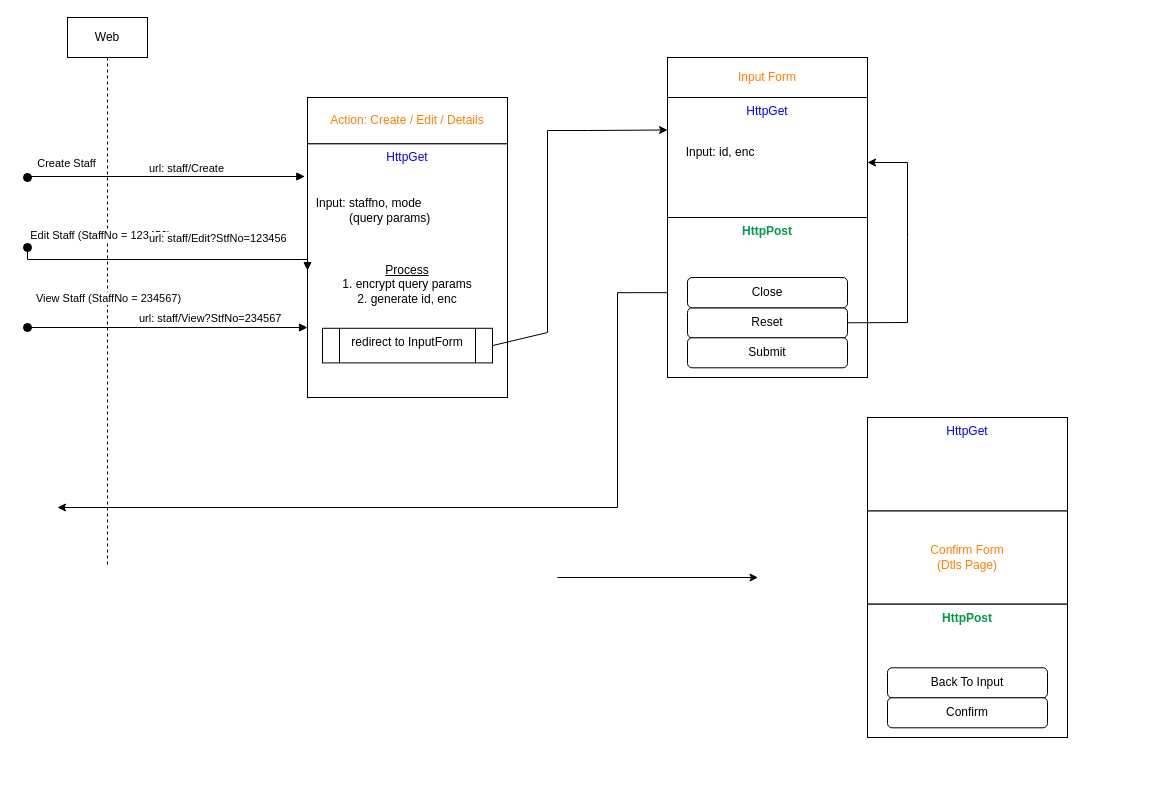
Before: page "Page-2" (2 of 2) of StaffForm_workflow.drawio in mujianlo/hrpt_drawio, a draw.io diagram. Source tidied: cells renumbered, new cells numbered last; positions are measured from the earlier drawing's top-left corner, leaving out a move shared by most shapes. Both pictures are drawn from the tidied source at 100%, with x=0, y=0 at pixel (27, 17).
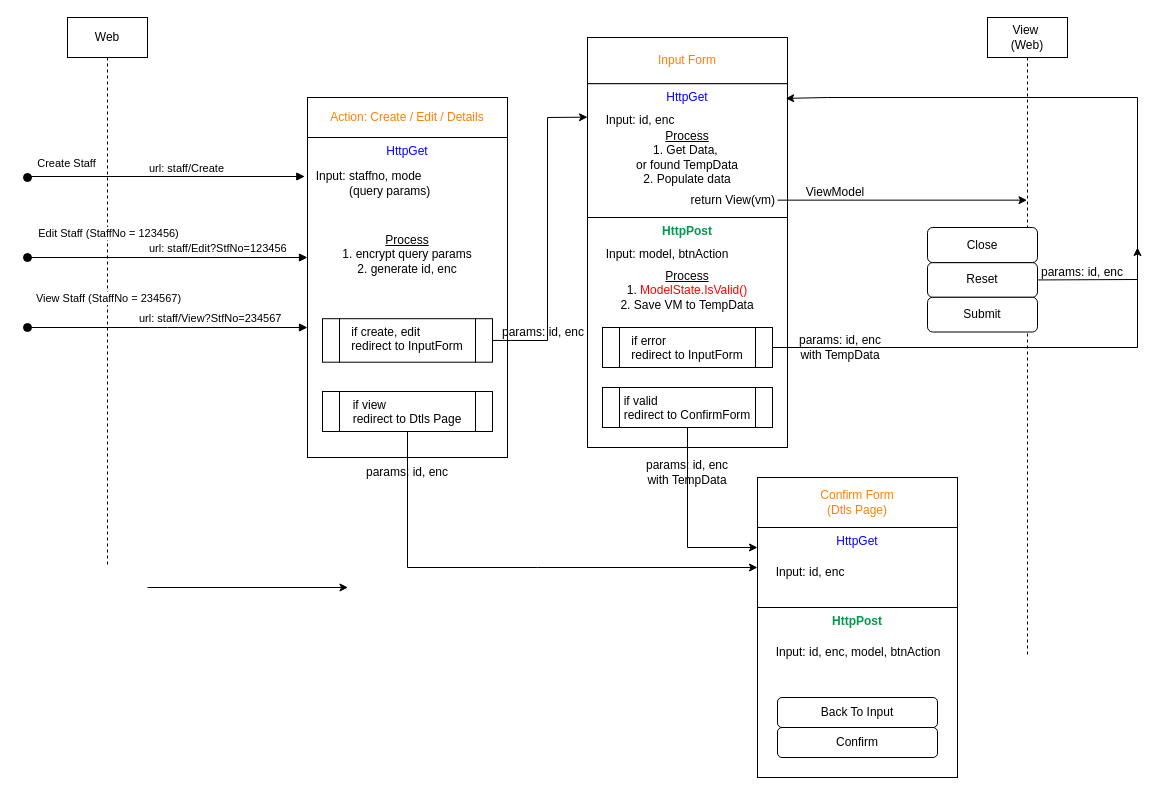
The same diagram, later.

What changed in the source:
```diff
@@
-    <mxCell id="3" style="group;" parent="1" vertex="1">
-      <mxGeometry x="840" y="400" width="200" height="320" as="geometry" />
-    </mxCell>
+    <mxCell id="15" style="html=1;verticalAlign=bottom;startArrow=oval;endArrow=block;startSize=8;edgeStyle=elbowEdgeStyle;elbow=vertical;curved=0;rounded=0;align=right;fontSize=11;entryX=0.009;entryY=0.174;entryDx=0;entryDy=0;entryPerimeter=0;" parent="1" edge="1">
+      <mxGeometry relative="1" as="geometry">
+        <mxPoint y="160" as="sourcePoint" />
+        <mxPoint x="277.3" y="158.3" as="targetPoint" />
+      </mxGeometry>
+    </mxCell>
+    <mxCell id="16" value="Create Staff" style="edgeLabel;html=1;align=center;verticalAlign=middle;fontSize=11;" parent="15" vertex="1">
+      <mxGeometry x="-0.69" y="-3" relative="1" as="geometry">
+        <mxPoint x="-4" y="-17" as="offset" />
+      </mxGeometry>
+    </mxCell>
+    <mxCell id="17" value="url: staff/Create" style="edgeLabel;html=1;align=left;verticalAlign=middle;fontSize=11;" parent="1" vertex="1">
+      <mxGeometry x="120" y="150" as="geometry" />
+    </mxCell>
+    <mxCell id="18" style="endArrow=classic;html=1;rounded=0;" parent="1" edge="1">
+      <mxGeometry relative="1" as="geometry">
+        <mxPoint x="120" y="570" as="sourcePoint" />
+        <mxPoint x="320.5" y="570" as="targetPoint" />
+      </mxGeometry>
+    </mxCell>
+    <mxCell id="33" value="url: staff/Edit?StfNo=123456" style="edgeLabel;html=1;align=left;verticalAlign=middle;fontSize=11;" parent="1" vertex="1">
+      <mxGeometry x="120" y="230" as="geometry" />
+    </mxCell>
+    <mxCell id="34" style="html=1;verticalAlign=bottom;startArrow=oval;endArrow=block;startSize=8;edgeStyle=elbowEdgeStyle;elbow=vertical;curved=0;rounded=0;align=right;fontSize=11;" parent="1" edge="1">
+      <mxGeometry relative="1" as="geometry">
+        <mxPoint y="310" as="sourcePoint" />
+        <mxPoint x="280" y="310" as="targetPoint" />
+      </mxGeometry>
+    </mxCell>
+    <mxCell id="35" value="View Staff (StaffNo = 234567)" style="edgeLabel;html=1;align=center;verticalAlign=middle;fontSize=11;" parent="34" vertex="1">
+      <mxGeometry x="-0.69" y="-3" relative="1" as="geometry">
+        <mxPoint x="37" y="-33" as="offset" />
+      </mxGeometry>
+    </mxCell>
+    <mxCell id="36" value="url: staff/View?StfNo=234567" style="edgeLabel;html=1;align=left;verticalAlign=middle;fontSize=11;" parent="1" vertex="1">
+      <mxGeometry x="110" y="300" as="geometry" />
+    </mxCell>
+    <mxCell id="31" style="html=1;verticalAlign=bottom;startArrow=oval;endArrow=block;startSize=8;elbow=vertical;rounded=0;align=right;fontSize=11;" parent="1" edge="1">
+      <mxGeometry relative="1" as="geometry">
+        <mxPoint y="240" as="sourcePoint" />
+        <mxPoint x="280" y="240" as="targetPoint" />
+      </mxGeometry>
+    </mxCell>
+    <mxCell id="32" value="Edit Staff (StaffNo = 123456)" style="edgeLabel;html=1;align=center;verticalAlign=middle;fontSize=11;" parent="31" vertex="1">
+      <mxGeometry x="-0.69" y="-3" relative="1" as="geometry">
+        <mxPoint x="37" y="-28" as="offset" />
+      </mxGeometry>
+    </mxCell>
+    <mxCell id="37" style="group;" parent="1" vertex="1">
+      <mxGeometry x="730" y="460" width="200" height="300" as="geometry" />
+    </mxCell>
-    <mxCell id="4" value="&lt;div&gt;Confirm Form&lt;/div&gt;&lt;div&gt;(Dtls Page)&lt;/div&gt;" style="rounded=0;whiteSpace=wrap;html=1;fontColor=#FF8000;" parent="3" vertex="1">
-      <mxGeometry y="93.3" width="200" height="93.3" as="geometry" />
+    <mxCell id="4" value="&lt;div&gt;Confirm Form&lt;/div&gt;&lt;div&gt;(Dtls Page)&lt;/div&gt;" style="rounded=0;whiteSpace=wrap;html=1;fontColor=#FF8000;" parent="37" vertex="1">
+      <mxGeometry width="200" height="50" as="geometry" />
     </mxCell>
-    <mxCell id="5" value="HttpGet" style="rounded=0;whiteSpace=wrap;html=1;align=center;verticalAlign=top;fontColor=#0000FF;fontStyle=0;" parent="3" vertex="1">
-      <mxGeometry width="200" height="93.3" as="geometry" />
+    <mxCell id="5" value="HttpGet" style="rounded=0;whiteSpace=wrap;html=1;align=center;verticalAlign=top;fontColor=#0000FF;fontStyle=0;" parent="37" vertex="1">
+      <mxGeometry y="50" width="200" height="80" as="geometry" />
     </mxCell>
-    <mxCell id="6" value="HttpPost" style="rounded=0;whiteSpace=wrap;html=1;align=center;verticalAlign=top;fontStyle=1;fontColor=#00994D;" parent="3" vertex="1">
-      <mxGeometry y="186.7" width="200" height="133.3" as="geometry" />
+    <mxCell id="6" value="HttpPost" style="rounded=0;whiteSpace=wrap;html=1;align=center;verticalAlign=top;fontStyle=1;fontColor=#00994D;" parent="37" vertex="1">
+      <mxGeometry y="130" width="200" height="170" as="geometry" />
     </mxCell>
+    <mxCell id="38" value="&amp;nbsp; Input: id, enc" style="text;html=1;whiteSpace=wrap;strokeColor=none;fillColor=none;align=left;verticalAlign=middle;rounded=0;" parent="37" vertex="1">
+      <mxGeometry x="10" y="80" width="160" height="30" as="geometry" />
+    </mxCell>
+    <mxCell id="39" value="&amp;nbsp; Input: id, enc, model, btnAction" style="text;html=1;whiteSpace=wrap;strokeColor=none;fillColor=none;align=left;verticalAlign=middle;rounded=0;" parent="37" vertex="1">
+      <mxGeometry x="10" y="160" width="180" height="30" as="geometry" />
+    </mxCell>
+    <mxCell id="40" style="group;" parent="37" vertex="1">
+      <mxGeometry x="20" y="220" width="160" height="60" as="geometry" />
+    </mxCell>
-    <mxCell id="7" value="Back To Input" style="rounded=1;whiteSpace=wrap;html=1;" parent="3" vertex="1">
-      <mxGeometry x="20" y="250.3" width="160" height="30" as="geometry" />
+    <mxCell id="7" value="Back To Input" style="rounded=1;whiteSpace=wrap;html=1;" parent="40" vertex="1">
+      <mxGeometry width="160" height="30" as="geometry" />
     </mxCell>
-    <mxCell id="8" value="Confirm" style="rounded=1;whiteSpace=wrap;html=1;" parent="3" vertex="1">
-      <mxGeometry x="20" y="280.3" width="160" height="30" as="geometry" />
+    <mxCell id="8" value="Confirm" style="rounded=1;whiteSpace=wrap;html=1;" parent="40" vertex="1">
+      <mxGeometry y="30" width="160" height="30" as="geometry" />
     </mxCell>
-    <mxCell id="9" style="group;" parent="1" vertex="1">
-      <mxGeometry x="280" y="80" width="200" height="300" as="geometry" />
-    </mxCell>
+    <mxCell id="41" value="View&amp;nbsp;&lt;br&gt;(Web)" style="shape=umlLifeline;perimeter=lifelinePerimeter;whiteSpace=wrap;html=1;outlineConnect=0;portConstraint=eastwest;newEdgeStyle={&quot;curved&quot;:0,&quot;rounded&quot;:0};size=40;" parent="1" vertex="1">
+      <mxGeometry x="960" width="80" height="640" as="geometry" />
+    </mxCell>
+    <mxCell id="21" value="Input Form" style="rounded=0;whiteSpace=wrap;html=1;fontColor=#FF8000;" parent="1" vertex="1">
+      <mxGeometry x="560" y="20" width="200" height="46.2" as="geometry" />
+    </mxCell>
+    <mxCell id="22" value="HttpGet" style="rounded=0;whiteSpace=wrap;html=1;align=center;verticalAlign=top;fontColor=#0000FF;fontStyle=0;" parent="1" vertex="1">
+      <mxGeometry x="560" y="66.2" width="200" height="133.8" as="geometry" />
+    </mxCell>
+    <mxCell id="23" value="HttpPost" style="rounded=0;whiteSpace=wrap;html=1;align=center;verticalAlign=top;fontStyle=1;fontColor=#00994D;" parent="1" vertex="1">
+      <mxGeometry x="560" y="200" width="200" height="230" as="geometry" />
+    </mxCell>
+    <mxCell id="29" value="&amp;nbsp; Input: id, enc" style="text;html=1;whiteSpace=wrap;strokeColor=none;fillColor=none;align=left;verticalAlign=middle;rounded=0;" parent="1" vertex="1">
+      <mxGeometry x="570" y="85.8" width="160" height="34.7" as="geometry" />
+    </mxCell>
+    <mxCell id="42" value="&amp;nbsp; Input: model, btnAction" style="text;html=1;whiteSpace=wrap;strokeColor=none;fillColor=none;align=left;verticalAlign=middle;rounded=0;" parent="1" vertex="1">
+      <mxGeometry x="570" y="220" width="160" height="34.7" as="geometry" />
+    </mxCell>
+    <mxCell id="28" style="endArrow=classic;html=1;rounded=0;entryX=0.991;entryY=0.11;entryDx=0;entryDy=0;exitX=1;exitY=0.5;exitDx=0;exitDy=0;entryPerimeter=0;" parent="1" edge="1" source="25" target="22">
+      <mxGeometry relative="1" as="geometry">
+        <Array as="points">
+          <mxPoint x="1110" y="262" />
+          <mxPoint x="1110" y="80" />
+          <mxPoint x="800" y="80" />
+        </Array>
+      </mxGeometry>
+    </mxCell>
+    <mxCell id="43" value="&lt;u&gt;Process&lt;br&gt;&lt;/u&gt;&lt;div&gt;1. Get Data,&amp;nbsp;&lt;/div&gt;&lt;div&gt;or found TempData&lt;/div&gt;&lt;div&gt;2. Populate data&lt;/div&gt;" style="text;html=1;whiteSpace=wrap;strokeColor=none;fillColor=none;align=center;verticalAlign=middle;rounded=0;" parent="1" vertex="1">
+      <mxGeometry x="580" y="120.5" width="160" height="39.5" as="geometry" />
+    </mxCell>
+    <mxCell id="44" value="return View(vm)" style="text;html=1;whiteSpace=wrap;strokeColor=none;fillColor=none;align=right;verticalAlign=middle;rounded=0;" parent="1" vertex="1">
+      <mxGeometry x="630" y="165.3" width="120" height="34.7" as="geometry" />
+    </mxCell>
+    <mxCell id="45" value="params: id, enc" style="text;html=1;whiteSpace=wrap;strokeColor=none;fillColor=none;align=center;verticalAlign=middle;rounded=0;" parent="1" vertex="1">
+      <mxGeometry x="1010" y="240" width="90" height="30" as="geometry" />
+    </mxCell>
+    <mxCell id="46" value="&lt;u&gt;Process&lt;br&gt;&lt;/u&gt;&lt;div&gt;1. &lt;span style=&quot;background-color: light-dark(rgb(255, 255, 128), rgb(237, 237, 237));&quot;&gt;&lt;span style=&quot;background-color: light-dark(#ffffff, var(--ge-dark-color, #121212));&quot;&gt;&lt;span style=&quot;color: rgb(255, 0, 0);&quot;&gt;ModelState.IsValid()&lt;/span&gt;&lt;/span&gt;&lt;/span&gt;&lt;/div&gt;&lt;div&gt;2. Save VM to TempData&lt;/div&gt;" style="text;html=1;whiteSpace=wrap;strokeColor=none;fillColor=none;align=center;verticalAlign=middle;rounded=0;" parent="1" vertex="1">
+      <mxGeometry x="580" y="244.2" width="160" height="57" as="geometry" />
+    </mxCell>
+    <mxCell id="47" value="&lt;div align=&quot;left&quot;&gt;if error&lt;/div&gt;&lt;div align=&quot;left&quot;&gt;redirect to InputForm&lt;/div&gt;" style="shape=process;whiteSpace=wrap;html=1;backgroundOutline=1;verticalAlign=top;" parent="1" vertex="1">
+      <mxGeometry x="575" y="310" width="170" height="40" as="geometry" />
+    </mxCell>
+    <mxCell id="48" value="&lt;div align=&quot;left&quot;&gt;if valid&lt;/div&gt;&lt;div align=&quot;left&quot;&gt;redirect to ConfirmForm&lt;/div&gt;" style="shape=process;whiteSpace=wrap;html=1;backgroundOutline=1;verticalAlign=top;" parent="1" vertex="1">
+      <mxGeometry x="575" y="370" width="170" height="40" as="geometry" />
+    </mxCell>
+    <mxCell id="49" style="group;" parent="1" vertex="1">
+      <mxGeometry x="900" y="210" width="110" height="104.4" as="geometry" />
+    </mxCell>
+    <mxCell id="25" value="Reset" style="rounded=1;whiteSpace=wrap;html=1;" parent="49" vertex="1">
+      <mxGeometry y="35.1" width="110" height="34.7" as="geometry" />
+    </mxCell>
+    <mxCell id="26" value="Submit" style="rounded=1;whiteSpace=wrap;html=1;" parent="49" vertex="1">
+      <mxGeometry y="69.8" width="110" height="34.7" as="geometry" />
+    </mxCell>
+    <mxCell id="27" value="Close" style="rounded=1;whiteSpace=wrap;html=1;" parent="49" vertex="1">
+      <mxGeometry width="110" height="35.1" as="geometry" />
+    </mxCell>
+    <mxCell id="20" style="endArrow=classic;html=1;rounded=0;elbow=vertical;exitX=1;exitY=0.5;exitDx=0;exitDy=0;" parent="1" edge="1" source="47">
+      <mxGeometry relative="1" as="geometry">
+        <mxPoint x="1110" y="230" as="targetPoint" />
+        <Array as="points">
+          <mxPoint x="850" y="330" />
+          <mxPoint x="1110" y="330" />
+        </Array>
+      </mxGeometry>
+    </mxCell>
+    <mxCell id="50" value="params: id, enc with TempData" style="text;html=1;whiteSpace=wrap;strokeColor=none;fillColor=none;align=center;verticalAlign=middle;rounded=0;" parent="1" vertex="1">
+      <mxGeometry x="763" y="310" width="100" height="40" as="geometry" />
+    </mxCell>
+    <mxCell id="51" style="endArrow=classic;html=1;rounded=0;exitX=1;exitY=0.5;exitDx=0;exitDy=0;" parent="1" edge="1" source="44" target="41">
+      <mxGeometry relative="1" as="geometry" />
+    </mxCell>
+    <mxCell id="52" value="ViewModel" style="text;html=1;whiteSpace=wrap;strokeColor=none;fillColor=none;align=center;verticalAlign=middle;rounded=0;" parent="1" vertex="1">
+      <mxGeometry x="763" y="160" width="90" height="30" as="geometry" />
+    </mxCell>
+    <mxCell id="53" style="group;" parent="1" vertex="1">
+      <mxGeometry x="280" y="80" width="200" height="360" as="geometry" />
+    </mxCell>
-    <mxCell id="10" value="HttpGet" style="rounded=0;whiteSpace=wrap;html=1;align=center;verticalAlign=top;fontColor=#0000FF;fontStyle=0;" parent="9" vertex="1">
-      <mxGeometry y="46.2" width="200" height="253.8" as="geometry" />
+    <mxCell id="10" value="HttpGet" style="rounded=0;whiteSpace=wrap;html=1;align=center;verticalAlign=top;fontColor=#0000FF;fontStyle=0;" parent="53" vertex="1">
+      <mxGeometry y="40" width="200" height="320" as="geometry" />
     </mxCell>
-    <mxCell id="11" value="Action: Create / Edit / Details" style="rounded=0;whiteSpace=wrap;html=1;fontColor=#FF8000;" parent="9" vertex="1">
-      <mxGeometry width="200" height="46.2" as="geometry" />
+    <mxCell id="11" value="Action: Create / Edit / Details" style="rounded=0;whiteSpace=wrap;html=1;fontColor=#FF8000;" parent="53" vertex="1">
+      <mxGeometry width="200" height="40" as="geometry" />
     </mxCell>
-    <mxCell id="12" value="&lt;div align=&quot;left&quot;&gt;redirect to InputForm&lt;/div&gt;" style="shape=process;whiteSpace=wrap;html=1;backgroundOutline=1;verticalAlign=top;" parent="9" vertex="1">
-      <mxGeometry x="15" y="230.8" width="170" height="34.6" as="geometry" />
+    <mxCell id="12" value="&lt;div align=&quot;left&quot;&gt;if create, edit&amp;nbsp;&lt;/div&gt;&lt;div align=&quot;left&quot;&gt;redirect to InputForm&lt;/div&gt;" style="shape=process;whiteSpace=wrap;html=1;backgroundOutline=1;verticalAlign=top;" parent="53" vertex="1">
+      <mxGeometry x="15" y="221.2" width="170" height="43.5" as="geometry" />
     </mxCell>
-    <mxCell id="13" value="&lt;div&gt;&lt;u&gt;Process&lt;/u&gt;&lt;/div&gt;&lt;div&gt;1. encrypt query params&lt;/div&gt;&lt;div&gt;2. generate id, enc&lt;/div&gt;" style="text;html=1;whiteSpace=wrap;strokeColor=none;fillColor=none;align=center;verticalAlign=middle;rounded=0;" parent="9" vertex="1">
-      <mxGeometry y="144.2" width="200" height="86.5" as="geometry" />
+    <mxCell id="13" value="&lt;div&gt;&lt;u&gt;Process&lt;/u&gt;&lt;/div&gt;&lt;div&gt;1. encrypt query params&lt;/div&gt;&lt;div&gt;2. generate id, enc&lt;/div&gt;" style="text;html=1;whiteSpace=wrap;strokeColor=none;fillColor=none;align=center;verticalAlign=middle;rounded=0;" parent="53" vertex="1">
+      <mxGeometry y="123.3" width="200" height="68" as="geometry" />
     </mxCell>
-    <mxCell id="14" value="&lt;div&gt;&amp;nbsp; Input: staffno, mode&lt;/div&gt;&lt;div&gt;&amp;nbsp; &amp;nbsp; &amp;nbsp; &amp;nbsp; &amp;nbsp; &amp;nbsp; (query params)&lt;/div&gt;" style="text;html=1;whiteSpace=wrap;strokeColor=none;fillColor=none;align=left;verticalAlign=middle;rounded=0;" parent="9" vertex="1">
-      <mxGeometry y="92.3" width="200" height="40.4" as="geometry" />
+    <mxCell id="14" value="&lt;div&gt;&amp;nbsp; Input: staffno, mode&lt;/div&gt;&lt;div&gt;&amp;nbsp; &amp;nbsp; &amp;nbsp; &amp;nbsp; &amp;nbsp; &amp;nbsp; (query params)&lt;/div&gt;" style="text;html=1;whiteSpace=wrap;strokeColor=none;fillColor=none;align=left;verticalAlign=middle;rounded=0;" parent="53" vertex="1">
+      <mxGeometry y="61.8" width="200" height="48.2" as="geometry" />
     </mxCell>
-    <mxCell id="15" style="html=1;verticalAlign=bottom;startArrow=oval;endArrow=block;startSize=8;edgeStyle=elbowEdgeStyle;elbow=vertical;curved=0;rounded=0;align=right;fontSize=11;entryX=0.009;entryY=0.174;entryDx=0;entryDy=0;entryPerimeter=0;" parent="1" edge="1">
-      <mxGeometry relative="1" as="geometry">
-        <mxPoint y="160" as="sourcePoint" />
-        <mxPoint x="277.3" y="158.3" as="targetPoint" />
-      </mxGeometry>
-    </mxCell>
-    <mxCell id="16" value="Create Staff" style="edgeLabel;html=1;align=center;verticalAlign=middle;fontSize=11;" parent="15" vertex="1">
-      <mxGeometry x="-0.69" y="-3" relative="1" as="geometry">
-        <mxPoint x="-4" y="-17" as="offset" />
-      </mxGeometry>
-    </mxCell>
-    <mxCell id="17" value="url: staff/Create" style="edgeLabel;html=1;align=left;verticalAlign=middle;fontSize=11;" parent="1" vertex="1">
-      <mxGeometry x="120" y="150" as="geometry" />
-    </mxCell>
-    <mxCell id="18" style="endArrow=classic;html=1;rounded=0;" parent="1" edge="1">
-      <mxGeometry relative="1" as="geometry">
-        <mxPoint x="530" y="560" as="sourcePoint" />
-        <mxPoint x="730.5" y="560" as="targetPoint" />
-      </mxGeometry>
-    </mxCell>
+    <mxCell id="54" value="&lt;div align=&quot;left&quot;&gt;if view&lt;/div&gt;&lt;div align=&quot;left&quot;&gt;redirect to Dtls Page&lt;/div&gt;" style="shape=process;whiteSpace=wrap;html=1;backgroundOutline=1;verticalAlign=top;" parent="53" vertex="1">
+      <mxGeometry x="15" y="294" width="170" height="40" as="geometry" />
+    </mxCell>
+    <mxCell id="55" style="endArrow=classic;html=1;rounded=0;entryX=0;entryY=0.5;entryDx=0;entryDy=0;exitX=0.5;exitY=1;exitDx=0;exitDy=0;" parent="1" edge="1" source="54" target="5">
+      <mxGeometry relative="1" as="geometry">
+        <Array as="points">
+          <mxPoint x="380" y="550" />
+          <mxPoint x="510" y="550" />
+        </Array>
+      </mxGeometry>
+    </mxCell>
     <mxCell id="19" style="endArrow=classic;html=1;rounded=0;entryX=0;entryY=0.25;entryDx=0;entryDy=0;exitX=1;exitY=0.5;exitDx=0;exitDy=0;" parent="1" edge="1" source="12" target="22">
       <mxGeometry relative="1" as="geometry">
         <Array as="points">
-          <mxPoint x="520" y="315" />
-          <mxPoint x="520" y="113" />
-          <mxPoint x="560" y="113" />
+          <mxPoint x="520" y="323" />
+          <mxPoint x="520" y="100" />
         </Array>
       </mxGeometry>
     </mxCell>
-    <mxCell id="20" style="endArrow=classic;html=1;rounded=0;edgeStyle=orthogonalEdgeStyle;elbow=vertical;exitX=0;exitY=0.5;exitDx=0;exitDy=0;" parent="1" edge="1" source="27">
-      <mxGeometry relative="1" as="geometry">
-        <mxPoint x="30" y="490" as="targetPoint" />
-        <Array as="points">
-          <mxPoint x="590" y="275" />
-          <mxPoint x="590" y="490" />
-          <mxPoint x="80" y="490" />
-        </Array>
-      </mxGeometry>
-    </mxCell>
-    <mxCell id="21" value="Input Form" style="rounded=0;whiteSpace=wrap;html=1;fontColor=#FF8000;" parent="1" vertex="1">
-      <mxGeometry x="640" y="40" width="200" height="40" as="geometry" />
-    </mxCell>
-    <mxCell id="22" value="HttpGet" style="rounded=0;whiteSpace=wrap;html=1;align=center;verticalAlign=top;fontColor=#0000FF;fontStyle=0;" parent="1" vertex="1">
-      <mxGeometry x="640" y="80" width="200" height="130" as="geometry" />
-    </mxCell>
-    <mxCell id="23" value="HttpPost" style="rounded=0;whiteSpace=wrap;html=1;align=center;verticalAlign=top;fontStyle=1;fontColor=#00994D;" parent="1" vertex="1">
-      <mxGeometry x="640" y="200" width="200" height="160" as="geometry" />
-    </mxCell>
-    <mxCell id="24" style="group;" parent="1" vertex="1">
-      <mxGeometry x="660" y="260" width="160" height="90.3" as="geometry" />
-    </mxCell>
-    <mxCell id="25" value="Reset" style="rounded=1;whiteSpace=wrap;html=1;" parent="24" vertex="1">
-      <mxGeometry y="30.3" width="160" height="30" as="geometry" />
-    </mxCell>
-    <mxCell id="26" value="Submit" style="rounded=1;whiteSpace=wrap;html=1;" parent="24" vertex="1">
-      <mxGeometry y="60.3" width="160" height="30" as="geometry" />
-    </mxCell>
-    <mxCell id="27" value="Close" style="rounded=1;whiteSpace=wrap;html=1;" parent="24" vertex="1">
-      <mxGeometry width="160" height="30.3" as="geometry" />
-    </mxCell>
-    <mxCell id="28" style="endArrow=classic;html=1;rounded=0;exitX=1;exitY=0.5;exitDx=0;exitDy=0;entryX=1;entryY=0.5;entryDx=0;entryDy=0;" parent="1" edge="1" source="25" target="22">
-      <mxGeometry relative="1" as="geometry">
-        <Array as="points">
-          <mxPoint x="880" y="305" />
-          <mxPoint x="880" y="220" />
-          <mxPoint x="880" y="145" />
-        </Array>
-      </mxGeometry>
-    </mxCell>
-    <mxCell id="29" value="&amp;nbsp; Input: id, enc" style="text;html=1;whiteSpace=wrap;strokeColor=none;fillColor=none;align=left;verticalAlign=middle;rounded=0;" parent="1" vertex="1">
-      <mxGeometry x="650" y="120" width="160" height="30" as="geometry" />
-    </mxCell>
-    <mxCell id="30" style="group;" parent="1" vertex="1">
-      <mxGeometry y="220" width="127.2" height="10" as="geometry" />
-    </mxCell>
-    <mxCell id="31" style="html=1;verticalAlign=bottom;startArrow=oval;endArrow=block;startSize=8;edgeStyle=elbowEdgeStyle;elbow=vertical;curved=0;rounded=0;align=right;fontSize=11;entryX=0;entryY=0.5;entryDx=0;entryDy=0;" parent="30" edge="1" target="10">
-      <mxGeometry relative="1" as="geometry">
-        <mxPoint y="10" as="sourcePoint" />
-      </mxGeometry>
-    </mxCell>
-    <mxCell id="32" value="Edit Staff (StaffNo = 123456)" style="edgeLabel;html=1;align=center;verticalAlign=middle;fontSize=11;" parent="31" vertex="1">
-      <mxGeometry x="-0.69" y="-3" relative="1" as="geometry">
-        <mxPoint x="37" y="-28" as="offset" />
-      </mxGeometry>
-    </mxCell>
-    <mxCell id="33" value="url: staff/Edit?StfNo=123456" style="edgeLabel;html=1;align=left;verticalAlign=middle;fontSize=11;" parent="1" vertex="1">
-      <mxGeometry x="120" y="220" as="geometry" />
-    </mxCell>
-    <mxCell id="34" style="html=1;verticalAlign=bottom;startArrow=oval;endArrow=block;startSize=8;edgeStyle=elbowEdgeStyle;elbow=vertical;curved=0;rounded=0;align=right;fontSize=11;" parent="1" edge="1">
-      <mxGeometry relative="1" as="geometry">
-        <mxPoint y="310" as="sourcePoint" />
-        <mxPoint x="280" y="310" as="targetPoint" />
-      </mxGeometry>
-    </mxCell>
-    <mxCell id="35" value="View Staff (StaffNo = 234567)" style="edgeLabel;html=1;align=center;verticalAlign=middle;fontSize=11;" parent="34" vertex="1">
-      <mxGeometry x="-0.69" y="-3" relative="1" as="geometry">
-        <mxPoint x="37" y="-33" as="offset" />
-      </mxGeometry>
-    </mxCell>
-    <mxCell id="36" value="url: staff/View?StfNo=234567" style="edgeLabel;html=1;align=left;verticalAlign=middle;fontSize=11;" parent="1" vertex="1">
-      <mxGeometry x="110" y="300" as="geometry" />
-    </mxCell>
+    <mxCell id="56" value="params: id, enc" style="text;html=1;whiteSpace=wrap;strokeColor=none;fillColor=none;align=center;verticalAlign=middle;rounded=0;" parent="1" vertex="1">
+      <mxGeometry x="471" y="300" width="90" height="30" as="geometry" />
+    </mxCell>
+    <mxCell id="57" value="params: id, enc" style="text;html=1;whiteSpace=wrap;strokeColor=none;fillColor=none;align=center;verticalAlign=middle;rounded=0;" parent="1" vertex="1">
+      <mxGeometry x="335" y="440" width="90" height="30" as="geometry" />
+    </mxCell>
+    <mxCell id="58" style="endArrow=classic;html=1;rounded=0;entryX=0;entryY=0.25;entryDx=0;entryDy=0;exitX=0.5;exitY=1;exitDx=0;exitDy=0;" parent="1" edge="1" source="48" target="5">
+      <mxGeometry relative="1" as="geometry">
+        <Array as="points">
+          <mxPoint x="660" y="530" />
+        </Array>
+      </mxGeometry>
+    </mxCell>
+    <mxCell id="59" value="params: id, enc with TempData" style="text;html=1;whiteSpace=wrap;strokeColor=none;fillColor=none;align=center;verticalAlign=middle;rounded=0;" parent="1" vertex="1">
+      <mxGeometry x="610" y="435" width="100" height="40" as="geometry" />
+    </mxCell>
```
